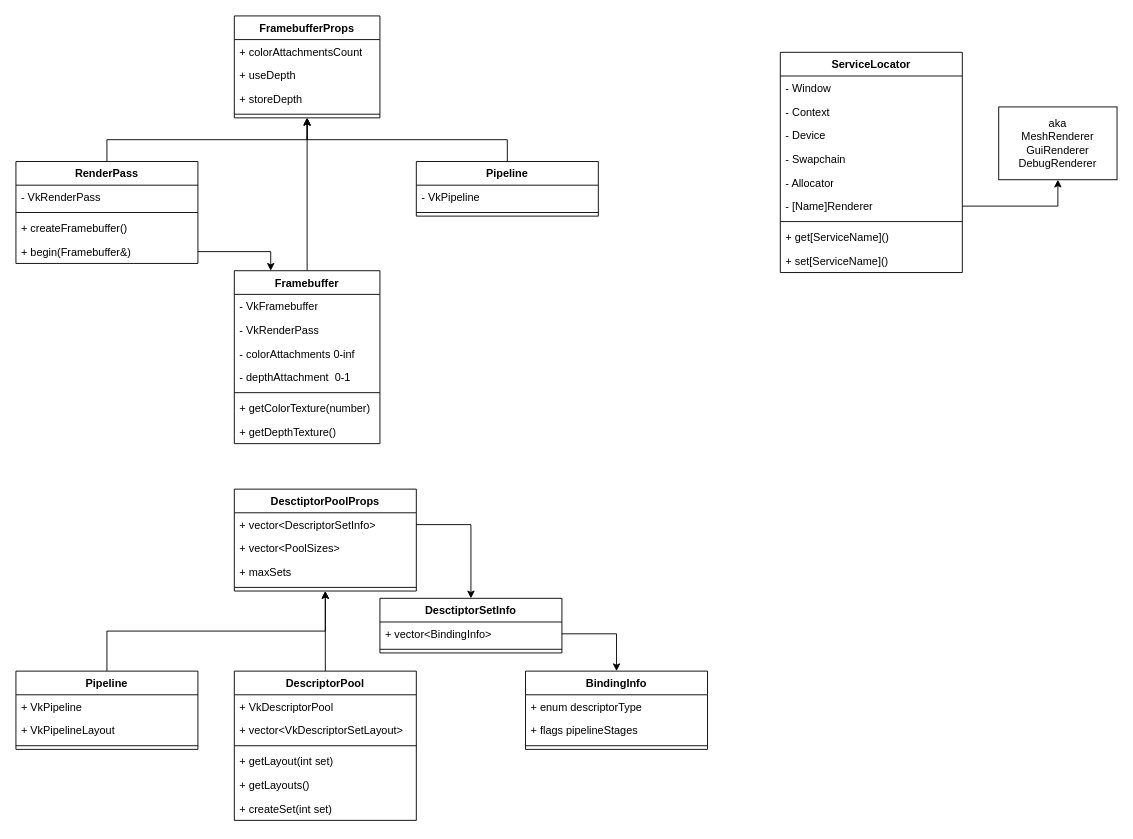
Earlier version of the draw.io diagram docs/uml/general.drawio (aDron1990/vk). Source tidied: cells renumbered, new cells numbered last; positions are measured from the earlier drawing's top-left corner, leaving out a move shared by most shapes. Both pictures are drawn from the tidied source at 91%, with x=0, y=0 at pixel (15, 15).
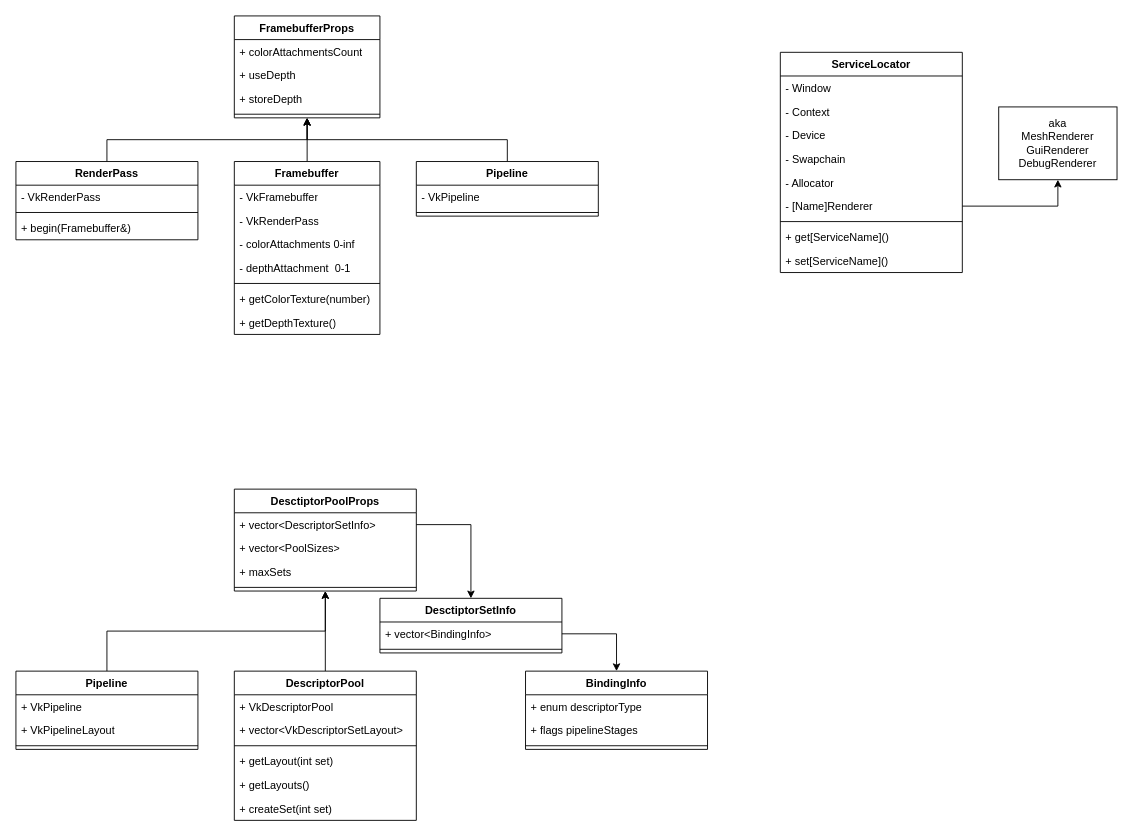
The same diagram, later.

Diff of the diagram source:
```diff
@@
     <mxCell id="3" value="RenderPass" style="swimlane;fontStyle=1;align=center;verticalAlign=top;horizontal=1;startSize=26;whiteSpace=wrap;html=1;" parent="1" vertex="1">
-      <mxGeometry y="160" width="200" height="112" as="geometry" />
+      <mxGeometry y="160" width="200" height="86" as="geometry" />
     </mxCell>
@@
-    <mxCell id="6" value="+ createFramebuffer()" style="text;strokeColor=none;fillColor=none;align=left;verticalAlign=top;spacingLeft=4;spacingRight=4;overflow=hidden;whiteSpace=wrap;html=1;" parent="3" vertex="1">
-      <mxGeometry y="60" width="200" height="26" as="geometry" />
-    </mxCell>
     <mxCell id="7" value="+ begin(Framebuffer&amp;amp;)" style="text;strokeColor=none;fillColor=none;align=left;verticalAlign=top;spacingLeft=4;spacingRight=4;overflow=hidden;points=[[0,0.5],[1,0.5]];portConstraint=eastwest;whiteSpace=wrap;html=1;" parent="3" vertex="1">
-      <mxGeometry y="86" width="200" height="26" as="geometry" />
+      <mxGeometry y="60" width="200" height="26" as="geometry" />
     </mxCell>
@@
     <mxCell id="9" value="Framebuffer" style="swimlane;fontStyle=1;align=center;verticalAlign=top;horizontal=1;startSize=26;whiteSpace=wrap;html=1;" parent="1" vertex="1">
-      <mxGeometry x="240" y="280" width="160" height="190" as="geometry" />
+      <mxGeometry x="240" y="160" width="160" height="190" as="geometry" />
     </mxCell>
@@
-    <mxCell id="65" style="edgeStyle=orthogonalEdgeStyle;rounded=0;jettySize=auto;html=1;exitX=1;exitY=0.5;exitDx=0;exitDy=0;entryX=0.25;entryY=0;entryDx=0;entryDy=0;" parent="1" edge="1" source="7" target="9">
-      <mxGeometry relative="1" as="geometry" />
-    </mxCell>
```
